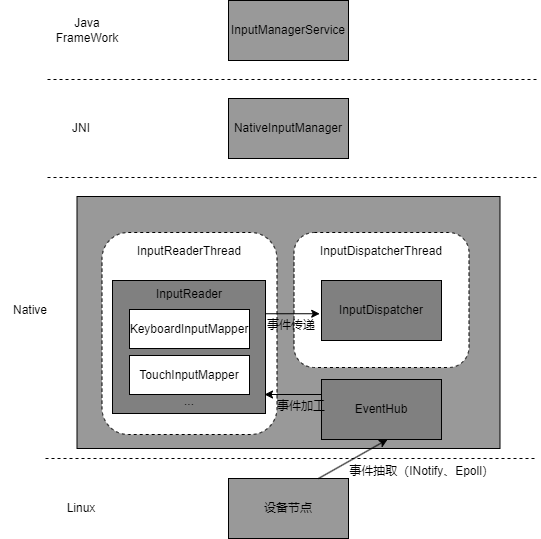
Earlier version of the draw.io export res/IMS 架构图.drawio.png (huanggenghg/huanggenghg). Source tidied: cells renumbered, new cells last; positions are measured from the earlier drawing's top-left corner, leaving out a move shared by most shapes.
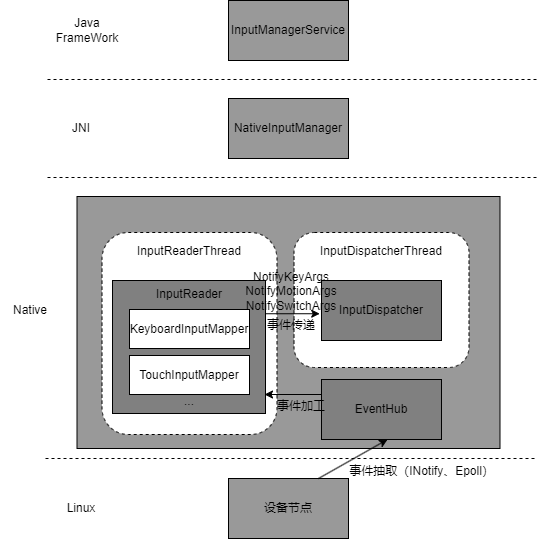
Later version of the same file.

Commit message:
更新IMS 架构图.drawio.png

The edit, as a diff of the source:
```diff
@@ -99,5 +99,8 @@
     <mxCell id="29" value="事件传递" style="text;html=1;strokeColor=none;fillColor=none;align=center;verticalAlign=middle;whiteSpace=wrap;rounded=0;" parent="1" vertex="1">
       <mxGeometry x="261" y="310" width="60" height="30" as="geometry" />
     </mxCell>
+    <mxCell id="30" value="&lt;p style=&quot;&quot;&gt;&lt;font style=&quot;font-size: 8px;&quot;&gt;&lt;font style=&quot;&quot;&gt;NotifyKeyArgs&lt;br style=&quot;&quot;&gt;&lt;/font&gt;&lt;font style=&quot;&quot;&gt;NotifyMotionArgs&lt;br style=&quot;&quot;&gt;&lt;/font&gt;&lt;font style=&quot;&quot;&gt;NotifySwitchArgs&lt;/font&gt;&lt;/font&gt;&lt;/p&gt;" style="text;html=1;strokeColor=none;fillColor=none;align=center;verticalAlign=middle;whiteSpace=wrap;rounded=0;" parent="1" vertex="1">
+      <mxGeometry x="261" y="276" width="60" height="30" as="geometry" />
+    </mxCell>
   </root>
 </mxGraphModel>
```
